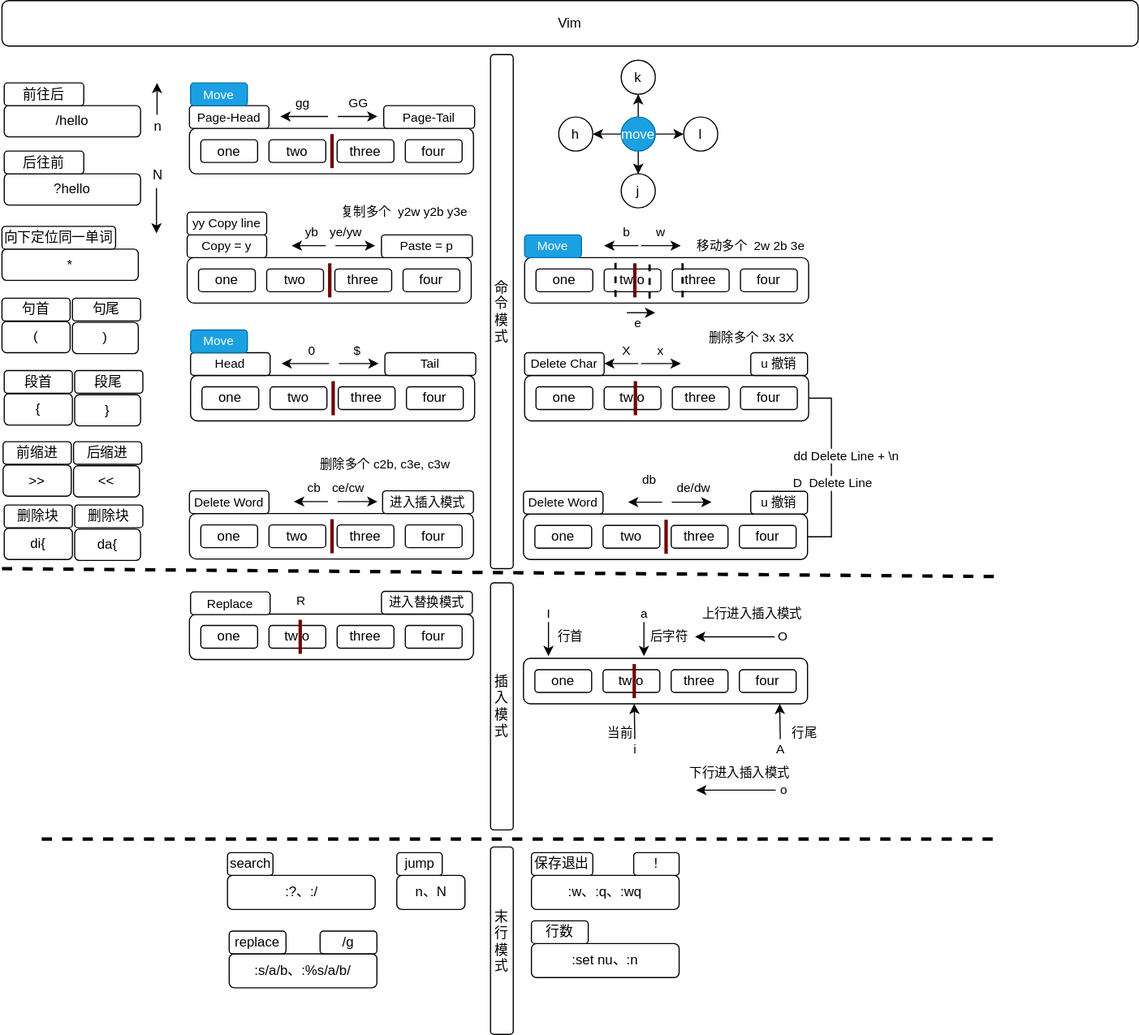
Before: 03-工作环境/images/Vim.svg, a diagram exported from draw.io (cd-home/Root). Source tidied: cells renumbered, new cells last; positions are measured from the earlier drawing's top-left corner, leaving out a move shared by most shapes.
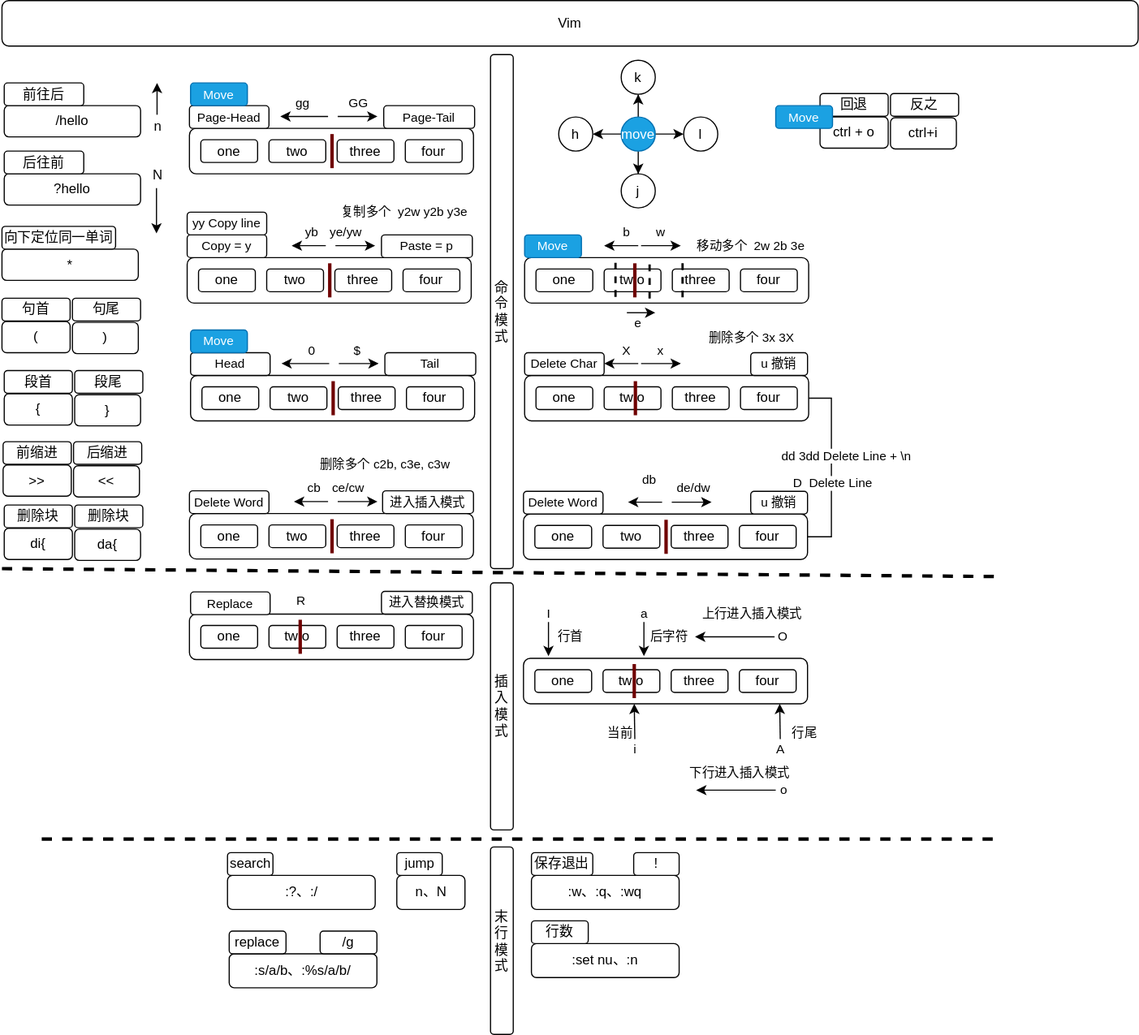
The same file after the commit.

Commit message:
😀🌴⭐🌎☀️🌈🌽: Work Tools Linux And Vim

What changed in the source:
```diff
@@ -107,7 +107,7 @@
     <mxCell id="29" style="edgeStyle=orthogonalEdgeStyle;rounded=0;jettySize=auto;html=1;fontSize=11;strokeWidth=1;entryX=1;entryY=0.5;entryDx=0;entryDy=0;exitX=1;exitY=0.5;exitDx=0;exitDy=0;startArrow=none;startFill=0;endArrow=none;endFill=0;" parent="1" edge="1" source="31" target="43">
       <mxGeometry relative="1" as="geometry" />
     </mxCell>
-    <mxCell id="30" value="dd Delete Line + \n" style="edgeLabel;html=1;align=center;verticalAlign=middle;fontSize=11;" parent="29" vertex="1">
+    <mxCell id="30" value="dd 3dd Delete Line + \n" style="edgeLabel;html=1;align=center;verticalAlign=middle;fontSize=11;" parent="29" vertex="1">
       <mxGeometry x="-0.01" relative="1" as="geometry">
         <mxPoint x="12" y="-10" as="offset" />
       </mxGeometry>
@@ -669,5 +669,20 @@
     <mxCell id="185" value="Move" style="rounded=1;whiteSpace=wrap;html=1;fontSize=11;fillColor=#1ba1e2;fontColor=#ffffff;strokeColor=#006EAF;" parent="1" vertex="1">
       <mxGeometry x="166" y="290" width="50" height="20" as="geometry" />
     </mxCell>
+    <mxCell id="186" value="ctrl + o" style="rounded=1;whiteSpace=wrap;html=1;fontSize=12;" parent="1" vertex="1">
+      <mxGeometry x="720" y="102.4" width="60" height="27.5" as="geometry" />
+    </mxCell>
+    <mxCell id="187" value="ctrl+i" style="rounded=1;whiteSpace=wrap;html=1;fontSize=12;" parent="1" vertex="1">
+      <mxGeometry x="782" y="103.1" width="58" height="27.5" as="geometry" />
+    </mxCell>
+    <mxCell id="188" value="回退" style="rounded=1;whiteSpace=wrap;html=1;fontSize=12;" parent="1" vertex="1">
+      <mxGeometry x="720" y="81.9" width="60" height="20" as="geometry" />
+    </mxCell>
+    <mxCell id="189" value="反之" style="rounded=1;whiteSpace=wrap;html=1;fontSize=12;" parent="1" vertex="1">
+      <mxGeometry x="782" y="81.9" width="60" height="20" as="geometry" />
+    </mxCell>
+    <mxCell id="190" value="Move" style="rounded=1;whiteSpace=wrap;html=1;fontSize=11;fillColor=#1ba1e2;fontColor=#ffffff;strokeColor=#006EAF;" parent="1" vertex="1">
+      <mxGeometry x="470" y="216.2" width="50" height="20" as="geometry" />
+    </mxCell>
   </root>
 </mxGraphModel>
```
